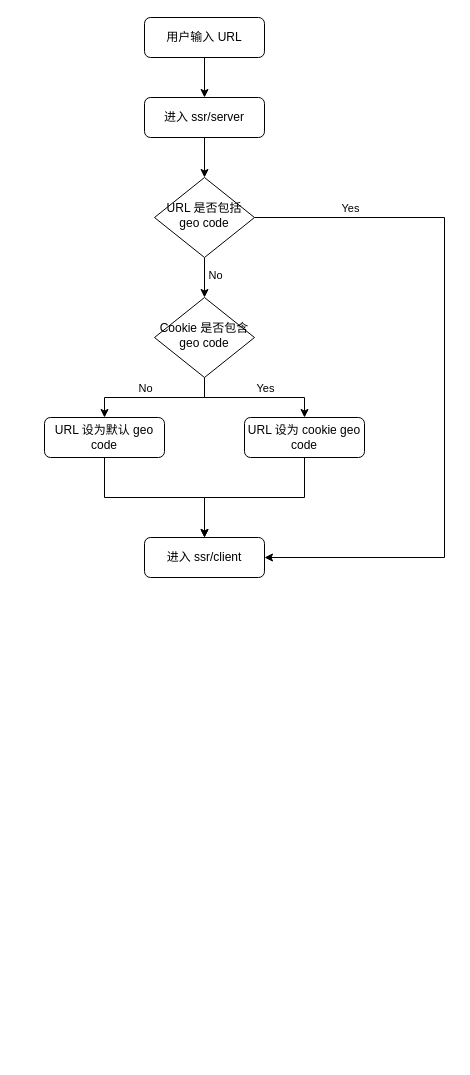
wujiesixing/draw.io keeps this draw.io diagram as robosen/路由重定向.drawio. Above is the earlier version. Source tidied: cells renumbered, new cells numbered last; positions are measured from the earlier drawing's top-left corner, leaving out a move shared by most shapes. Both pictures are drawn from the tidied source at 100%, with x=0, y=0 at pixel (44, 17).
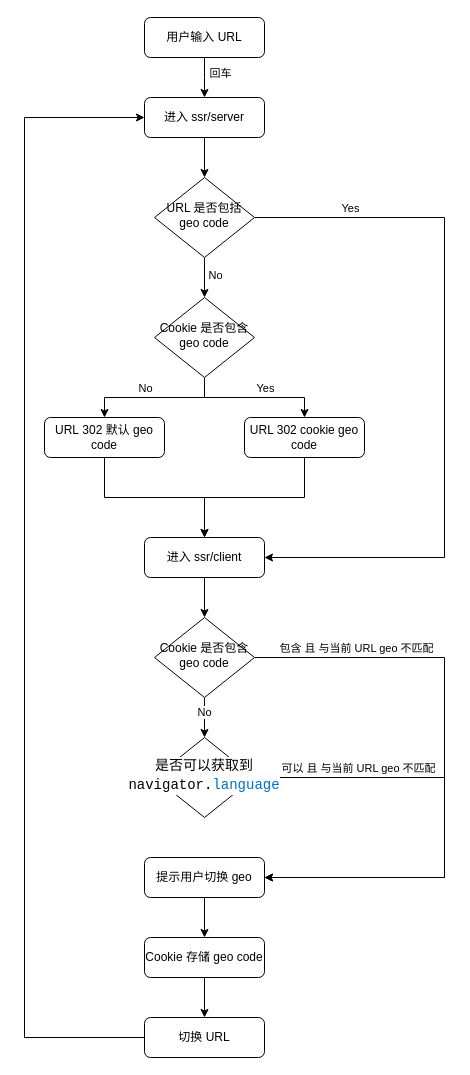
After the change.

Commit message:
更新路由重定向.drawio

Unchanged cells that the change refers to:
```xml
<mxCell id="3" value="用户输入 URL" style="rounded=1;whiteSpace=wrap;html=1;fontSize=12;glass=0;strokeWidth=1;shadow=0;" parent="1" vertex="1">
  <mxGeometry x="100" width="120" height="40" as="geometry" />
</mxCell>
<mxCell id="9" value="进入 ssr/client" style="rounded=1;whiteSpace=wrap;html=1;fontSize=12;glass=0;strokeWidth=1;shadow=0;" parent="1" vertex="1">
  <mxGeometry x="100" y="520" width="120" height="40" as="geometry" />
</mxCell>
<mxCell id="16" value="进入 ssr/server" style="rounded=1;whiteSpace=wrap;html=1;fontSize=12;glass=0;strokeWidth=1;shadow=0;" parent="1" vertex="1">
  <mxGeometry x="100" y="80" width="120" height="40" as="geometry" />
</mxCell>
```

What changed in the source:
```diff
@@
     <mxCell id="2" style="edgeStyle=orthogonalEdgeStyle;rounded=0;jettySize=auto;html=1;entryX=0.5;entryY=0;entryDx=0;entryDy=0;" parent="1" edge="1" source="3" target="16">
-      <mxGeometry relative="1" as="geometry" />
+      <mxGeometry relative="1" as="geometry">
+        <Array as="points">
+          <mxPoint x="160" y="60" />
+          <mxPoint x="160" y="60" />
+        </Array>
+      </mxGeometry>
     </mxCell>
+    <mxCell id="21" value="回车" style="edgeLabel;html=1;align=center;verticalAlign=middle;" parent="2" vertex="1">
+      <mxGeometry x="-0.17" y="-1" relative="1" as="geometry">
+        <mxPoint x="16" y="-2" as="offset" />
+      </mxGeometry>
+    </mxCell>
@@
+    <mxCell id="22" style="edgeStyle=orthogonalEdgeStyle;rounded=0;jettySize=auto;html=1;" parent="1" edge="1" source="9" target="27">
+      <mxGeometry relative="1" as="geometry" />
+    </mxCell>
@@
-    <mxCell id="18" value="URL 设为默认 geo code" style="rounded=1;whiteSpace=wrap;html=1;fontSize=12;glass=0;strokeWidth=1;shadow=0;" parent="1" vertex="1">
+    <mxCell id="18" value="URL&amp;nbsp;302&amp;nbsp;默认 geo code" style="rounded=1;whiteSpace=wrap;html=1;fontSize=12;glass=0;strokeWidth=1;shadow=0;" parent="1" vertex="1">
       <mxGeometry y="400" width="120" height="40" as="geometry" />
     </mxCell>
@@
-    <mxCell id="20" value="URL 设为 cookie geo code" style="rounded=1;whiteSpace=wrap;html=1;fontSize=12;glass=0;strokeWidth=1;shadow=0;" parent="1" vertex="1">
+    <mxCell id="20" value="URL 302 cookie geo code" style="rounded=1;whiteSpace=wrap;html=1;fontSize=12;glass=0;strokeWidth=1;shadow=0;" parent="1" vertex="1">
       <mxGeometry x="200" y="400" width="120" height="40" as="geometry" />
     </mxCell>
+    <mxCell id="23" style="edgeStyle=orthogonalEdgeStyle;rounded=0;jettySize=auto;html=1;" parent="1" edge="1" source="27" target="30">
+      <mxGeometry relative="1" as="geometry" />
+    </mxCell>
+    <mxCell id="24" value="No" style="edgeLabel;html=1;align=center;verticalAlign=middle;" parent="23" vertex="1">
+      <mxGeometry x="-0.28" y="-1" relative="1" as="geometry" />
+    </mxCell>
+    <mxCell id="25" style="edgeStyle=orthogonalEdgeStyle;rounded=0;jettySize=auto;html=1;entryX=1;entryY=0.5;entryDx=0;entryDy=0;" parent="1" edge="1" source="27" target="32">
+      <mxGeometry relative="1" as="geometry">
+        <Array as="points">
+          <mxPoint x="400" y="640" />
+          <mxPoint x="400" y="860" />
+        </Array>
+      </mxGeometry>
+    </mxCell>
+    <mxCell id="26" value="包含 且 与当前 URL geo 不匹配" style="edgeLabel;html=1;align=center;verticalAlign=middle;" parent="25" vertex="1">
+      <mxGeometry x="-0.84" relative="1" as="geometry">
+        <mxPoint x="54" y="-10" as="offset" />
+      </mxGeometry>
+    </mxCell>
+    <mxCell id="27" value="Cookie 是否包含 geo&amp;nbsp;code" style="rhombus;whiteSpace=wrap;html=1;shadow=0;fontFamily=Helvetica;fontSize=12;align=center;strokeWidth=1;spacing=6;spacingTop=-4;" parent="1" vertex="1">
+      <mxGeometry x="110" y="600" width="100" height="80" as="geometry" />
+    </mxCell>
+    <mxCell id="28" style="edgeStyle=orthogonalEdgeStyle;rounded=0;jettySize=auto;html=1;entryX=1;entryY=0.5;entryDx=0;entryDy=0;" parent="1" edge="1" source="30" target="32">
+      <mxGeometry relative="1" as="geometry">
+        <Array as="points">
+          <mxPoint x="400" y="760" />
+          <mxPoint x="400" y="860" />
+        </Array>
+      </mxGeometry>
+    </mxCell>
+    <mxCell id="29" value="可以 且 与当前 URL geo 不匹配" style="edgeLabel;html=1;align=center;verticalAlign=middle;" parent="28" vertex="1">
+      <mxGeometry x="-0.75" y="-1" relative="1" as="geometry">
+        <mxPoint x="44" y="-11" as="offset" />
+      </mxGeometry>
+    </mxCell>
+    <mxCell id="30" value="&lt;div style=&quot;background-color: rgb(255, 255, 255); font-family: Consolas, &amp;quot;Courier New&amp;quot;, monospace; font-size: 14px; line-height: 19px;&quot;&gt;是否可以获取到navigator.&lt;span style=&quot;color: #0070c1;&quot;&gt;language&lt;/span&gt;&lt;/div&gt;" style="rhombus;whiteSpace=wrap;html=1;shadow=0;fontFamily=Helvetica;fontSize=12;align=center;strokeWidth=1;spacing=6;spacingTop=-4;" parent="1" vertex="1">
+      <mxGeometry x="110" y="720" width="100" height="80" as="geometry" />
+    </mxCell>
+    <mxCell id="31" style="edgeStyle=orthogonalEdgeStyle;rounded=0;jettySize=auto;html=1;entryX=0.5;entryY=0;entryDx=0;entryDy=0;" parent="1" edge="1" source="32" target="34">
+      <mxGeometry relative="1" as="geometry" />
+    </mxCell>
+    <mxCell id="32" value="提示用户切换 geo" style="rounded=1;whiteSpace=wrap;html=1;fontSize=12;glass=0;strokeWidth=1;shadow=0;" parent="1" vertex="1">
+      <mxGeometry x="100" y="840" width="120" height="40" as="geometry" />
+    </mxCell>
+    <mxCell id="33" style="edgeStyle=orthogonalEdgeStyle;rounded=0;jettySize=auto;html=1;entryX=0.5;entryY=0;entryDx=0;entryDy=0;" parent="1" edge="1" source="34" target="36">
+      <mxGeometry relative="1" as="geometry" />
+    </mxCell>
+    <mxCell id="34" value="Cookie 存储 geo&amp;nbsp;code" style="rounded=1;whiteSpace=wrap;html=1;fontSize=12;glass=0;strokeWidth=1;shadow=0;" parent="1" vertex="1">
+      <mxGeometry x="100" y="920" width="120" height="40" as="geometry" />
+    </mxCell>
+    <mxCell id="35" style="edgeStyle=orthogonalEdgeStyle;rounded=0;jettySize=auto;html=1;entryX=0;entryY=0.5;entryDx=0;entryDy=0;" parent="1" edge="1" source="36" target="16">
+      <mxGeometry relative="1" as="geometry">
+        <Array as="points">
+          <mxPoint x="-20" y="1020" />
+          <mxPoint x="-20" y="100" />
+        </Array>
+      </mxGeometry>
+    </mxCell>
+    <mxCell id="36" value="切换 URL" style="rounded=1;whiteSpace=wrap;html=1;fontSize=12;glass=0;strokeWidth=1;shadow=0;" parent="1" vertex="1">
+      <mxGeometry x="100" y="1000" width="120" height="40" as="geometry" />
+    </mxCell>
```
